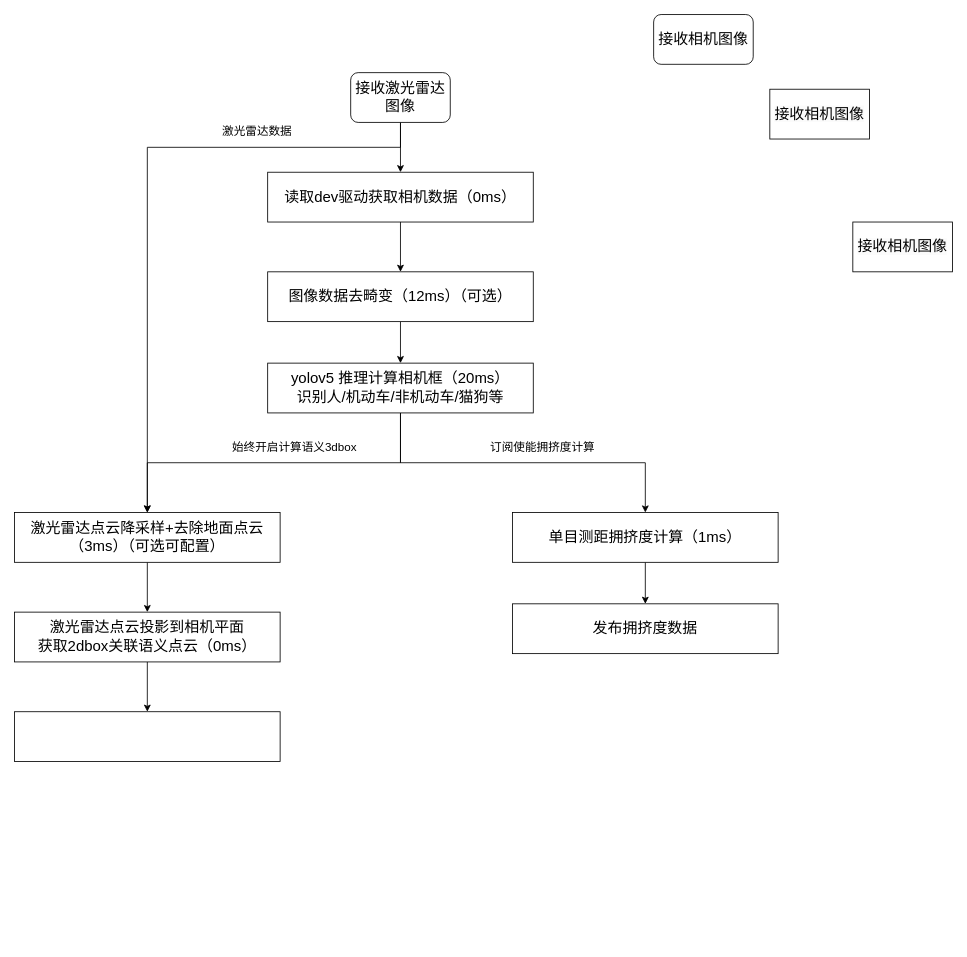
Earlier version of the draw.io diagram Untitled Diagram.drawio (gxt-kt/picgo_pictures). Source tidied: cells renumbered, new cells numbered last; positions are measured from the earlier drawing's top-left corner, leaving out a move shared by most shapes. Both pictures are drawn from the tidied source at 83%, with x=0, y=0 at pixel (14, 14).
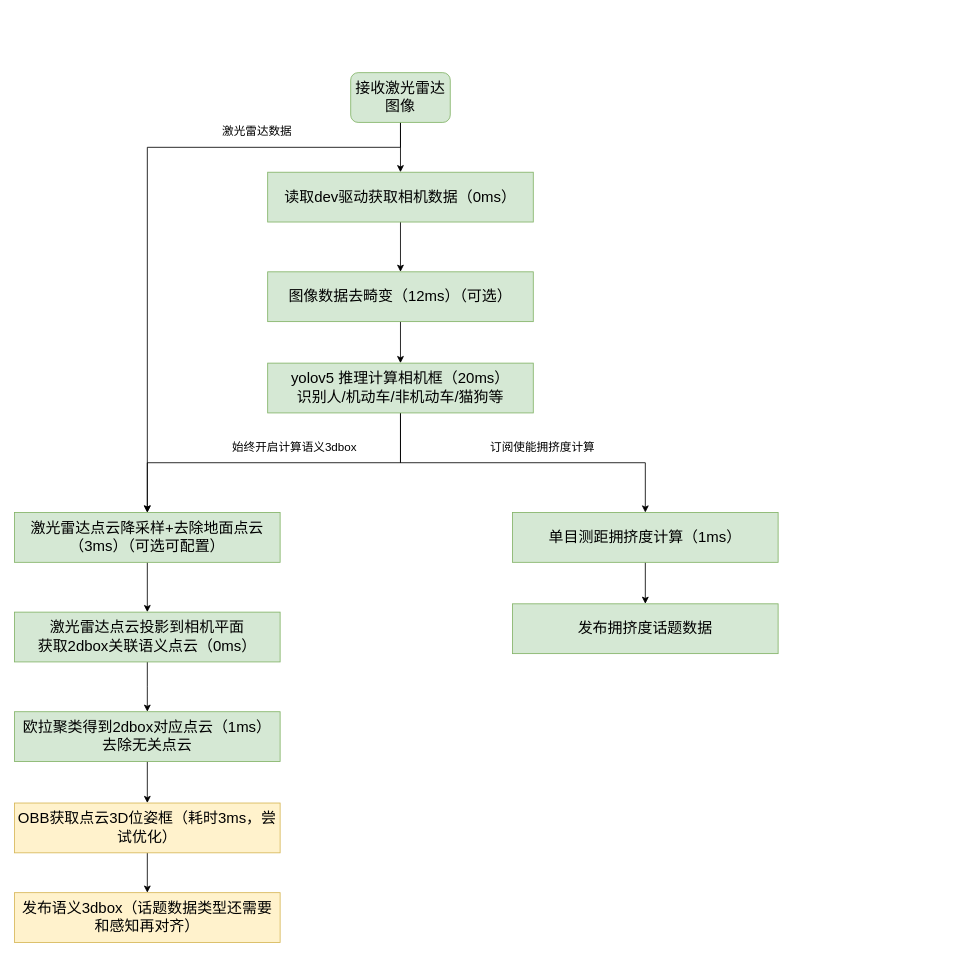
Above is the later version.

What changed in the source:
```diff
@@
-    <mxCell id="2" value="&lt;font style=&quot;font-size: 18px;&quot;&gt;接收相机图像&lt;/font&gt;" style="rounded=1;whiteSpace=wrap;html=1;" parent="1" vertex="1">
-      <mxGeometry x="770" width="120" height="60" as="geometry" />
-    </mxCell>
@@
-    <mxCell id="6" value="&lt;font style=&quot;font-size: 18px;&quot;&gt;接收激光雷达图像&lt;/font&gt;" style="rounded=1;whiteSpace=wrap;html=1;" parent="1" vertex="1">
+    <mxCell id="6" value="&lt;font style=&quot;font-size: 18px;&quot;&gt;接收激光雷达图像&lt;/font&gt;" style="rounded=1;whiteSpace=wrap;html=1;fillColor=#d5e8d4;strokeColor=#82b366;" parent="1" vertex="1">
       <mxGeometry x="405" y="70" width="120" height="60" as="geometry" />
     </mxCell>
-    <mxCell id="7" value="&lt;span style=&quot;color: rgb(0, 0, 0); font-family: Helvetica; font-size: 18px; font-style: normal; font-variant-ligatures: normal; font-variant-caps: normal; font-weight: 400; letter-spacing: normal; orphans: 2; text-align: center; text-indent: 0px; text-transform: none; widows: 2; word-spacing: 0px; -webkit-text-stroke-width: 0px; white-space: normal; background-color: rgb(251, 251, 251); text-decoration-thickness: initial; text-decoration-style: initial; text-decoration-color: initial; display: inline !important; float: none;&quot;&gt;接收相机图像&lt;/span&gt;" style="rounded=0;whiteSpace=wrap;html=1;" parent="1" vertex="1">
-      <mxGeometry x="910" y="90" width="120" height="60" as="geometry" />
-    </mxCell>
-    <mxCell id="8" value="&lt;span style=&quot;color: rgb(0, 0, 0); font-family: Helvetica; font-size: 18px; font-style: normal; font-variant-ligatures: normal; font-variant-caps: normal; font-weight: 400; letter-spacing: normal; orphans: 2; text-align: center; text-indent: 0px; text-transform: none; widows: 2; word-spacing: 0px; -webkit-text-stroke-width: 0px; white-space: normal; background-color: rgb(251, 251, 251); text-decoration-thickness: initial; text-decoration-style: initial; text-decoration-color: initial; display: inline !important; float: none;&quot;&gt;接收相机图像&lt;/span&gt;" style="rounded=0;whiteSpace=wrap;html=1;" parent="1" vertex="1">
-      <mxGeometry x="1010" y="250" width="120" height="60" as="geometry" />
-    </mxCell>
@@
-    <mxCell id="10" value="&lt;span style=&quot;font-size: 18px;&quot;&gt;图像数据去畸变（12ms）（可选）&lt;/span&gt;" style="rounded=0;whiteSpace=wrap;html=1;" parent="1" vertex="1">
+    <mxCell id="10" value="&lt;span style=&quot;font-size: 18px;&quot;&gt;图像数据去畸变（12ms）（可选）&lt;/span&gt;" style="rounded=0;whiteSpace=wrap;html=1;fillColor=#d5e8d4;strokeColor=#82b366;" parent="1" vertex="1">
       <mxGeometry x="305" y="310" width="320" height="60" as="geometry" />
     </mxCell>
@@
-    <mxCell id="15" value="&lt;span style=&quot;font-size: 18px;&quot;&gt;yolov5 推理计算相机框&lt;/span&gt;&lt;span style=&quot;font-size: 18px;&quot;&gt;（20ms）&lt;/span&gt;&lt;div&gt;&lt;span style=&quot;font-size: 18px;&quot;&gt;识别人/机动车/非机动车/猫狗等&lt;/span&gt;&lt;/div&gt;" style="rounded=0;whiteSpace=wrap;html=1;" parent="1" vertex="1">
+    <mxCell id="15" value="&lt;span style=&quot;font-size: 18px;&quot;&gt;yolov5 推理计算相机框&lt;/span&gt;&lt;span style=&quot;font-size: 18px;&quot;&gt;（20ms）&lt;/span&gt;&lt;div&gt;&lt;span style=&quot;font-size: 18px;&quot;&gt;识别人/机动车/非机动车/猫狗等&lt;/span&gt;&lt;/div&gt;" style="rounded=0;whiteSpace=wrap;html=1;fillColor=#d5e8d4;strokeColor=#82b366;" parent="1" vertex="1">
       <mxGeometry x="305" y="420" width="320" height="60" as="geometry" />
     </mxCell>
@@
-    <mxCell id="17" value="&lt;span style=&quot;font-size: 18px;&quot;&gt;单目测距拥挤度计算（1ms）&lt;/span&gt;" style="rounded=0;whiteSpace=wrap;html=1;" parent="1" vertex="1">
+    <mxCell id="17" value="&lt;span style=&quot;font-size: 18px;&quot;&gt;单目测距拥挤度计算（1ms）&lt;/span&gt;" style="rounded=0;whiteSpace=wrap;html=1;fillColor=#d5e8d4;strokeColor=#82b366;" parent="1" vertex="1">
       <mxGeometry x="600" y="600" width="320" height="60" as="geometry" />
     </mxCell>
-    <mxCell id="18" value="&lt;span style=&quot;font-size: 18px;&quot;&gt;发布拥挤度数据&lt;/span&gt;" style="rounded=0;whiteSpace=wrap;html=1;" parent="1" vertex="1">
+    <mxCell id="18" value="&lt;span style=&quot;font-size: 18px;&quot;&gt;发布拥挤度话题数据&lt;/span&gt;" style="rounded=0;whiteSpace=wrap;html=1;fillColor=#d5e8d4;strokeColor=#82b366;" parent="1" vertex="1">
       <mxGeometry x="600" y="710" width="320" height="60" as="geometry" />
     </mxCell>
@@
-    <mxCell id="20" value="&lt;span style=&quot;font-size: 18px;&quot;&gt;读取dev驱动获取相机数据（0ms）&lt;/span&gt;" style="rounded=0;whiteSpace=wrap;html=1;" parent="1" vertex="1">
+    <mxCell id="20" value="&lt;span style=&quot;font-size: 18px;&quot;&gt;读取dev驱动获取相机数据（0ms）&lt;/span&gt;" style="rounded=0;whiteSpace=wrap;html=1;fillColor=#d5e8d4;strokeColor=#82b366;" parent="1" vertex="1">
       <mxGeometry x="305" y="190" width="320" height="60" as="geometry" />
     </mxCell>
@@
-    <mxCell id="22" value="&lt;span style=&quot;font-size: 18px;&quot;&gt;激光雷达点云降采样+去除地面点云（3&lt;/span&gt;&lt;span style=&quot;font-size: 18px; background-color: initial;&quot;&gt;ms）（可选可配置）&lt;/span&gt;" style="rounded=0;whiteSpace=wrap;html=1;" parent="1" vertex="1">
+    <mxCell id="22" value="&lt;span style=&quot;font-size: 18px;&quot;&gt;激光雷达点云降采样+去除地面点云（3&lt;/span&gt;&lt;span style=&quot;font-size: 18px; background-color: initial;&quot;&gt;ms）（可选可配置）&lt;/span&gt;" style="rounded=0;whiteSpace=wrap;html=1;fillColor=#d5e8d4;strokeColor=#82b366;" parent="1" vertex="1">
       <mxGeometry y="600" width="320" height="60" as="geometry" />
     </mxCell>
-    <mxCell id="23" style="edgeStyle=orthogonalEdgeStyle;rounded=0;jettySize=auto;html=1;entryX=0.5;entryY=0;entryDx=0;entryDy=0;" parent="1" edge="1" source="24" target="25">
-      <mxGeometry relative="1" as="geometry" />
+    <mxCell id="23" style="edgeStyle=orthogonalEdgeStyle;rounded=0;jettySize=auto;html=1;entryX=0.5;entryY=0;entryDx=0;entryDy=0;" parent="1" edge="1" source="24">
+      <mxGeometry relative="1" as="geometry">
+        <mxPoint x="160" y="840" as="targetPoint" />
+      </mxGeometry>
     </mxCell>
-    <mxCell id="24" value="&lt;span style=&quot;font-size: 18px;&quot;&gt;激光雷达点云投影到相机平面&lt;/span&gt;&lt;div&gt;&lt;span style=&quot;font-size: 18px;&quot;&gt;获取2dbox关联语义点云（0ms）&lt;/span&gt;&lt;/div&gt;" style="rounded=0;whiteSpace=wrap;html=1;" parent="1" vertex="1">
+    <mxCell id="24" value="&lt;span style=&quot;font-size: 18px;&quot;&gt;激光雷达点云投影到相机平面&lt;/span&gt;&lt;div&gt;&lt;span style=&quot;font-size: 18px;&quot;&gt;获取2dbox关联语义点云（0ms）&lt;/span&gt;&lt;/div&gt;" style="rounded=0;whiteSpace=wrap;html=1;fillColor=#d5e8d4;strokeColor=#82b366;" parent="1" vertex="1">
       <mxGeometry y="720" width="320" height="60" as="geometry" />
     </mxCell>
-    <mxCell id="25" style="rounded=0;whiteSpace=wrap;html=1;" parent="1" vertex="1">
-      <mxGeometry y="840" width="320" height="60" as="geometry" />
-    </mxCell>
+    <mxCell id="26" style="edgeStyle=orthogonalEdgeStyle;rounded=0;jettySize=auto;html=1;entryX=0.5;entryY=0;entryDx=0;entryDy=0;" parent="1" edge="1" source="27" target="29">
+      <mxGeometry relative="1" as="geometry" />
+    </mxCell>
+    <mxCell id="27" value="&lt;span style=&quot;font-size: 18px;&quot;&gt;欧拉聚类得到2dbox对应点云（1ms）&lt;/span&gt;&lt;div&gt;&lt;span style=&quot;font-size: 18px;&quot;&gt;去除无关点云&lt;/span&gt;&lt;/div&gt;" style="rounded=0;whiteSpace=wrap;html=1;fillColor=#d5e8d4;strokeColor=#82b366;" parent="1" vertex="1">
+      <mxGeometry y="840" width="320" height="60" as="geometry" />
+    </mxCell>
+    <mxCell id="28" style="edgeStyle=orthogonalEdgeStyle;rounded=0;jettySize=auto;html=1;" parent="1" edge="1" source="29" target="30">
+      <mxGeometry relative="1" as="geometry" />
+    </mxCell>
+    <mxCell id="29" value="&lt;span style=&quot;font-size: 18px;&quot;&gt;OBB获取点云3D位姿框（耗时3ms，尝试优化）&lt;/span&gt;" style="rounded=0;whiteSpace=wrap;html=1;fillColor=#fff2cc;strokeColor=#d6b656;" parent="1" vertex="1">
+      <mxGeometry y="950" width="320" height="60" as="geometry" />
+    </mxCell>
+    <mxCell id="30" value="&lt;span style=&quot;font-size: 18px;&quot;&gt;发布语义3dbox（话题数据类型还需要和感知再对齐）&lt;/span&gt;" style="rounded=0;whiteSpace=wrap;html=1;fillColor=#fff2cc;strokeColor=#d6b656;" parent="1" vertex="1">
+      <mxGeometry y="1058" width="320" height="60" as="geometry" />
+    </mxCell>
```
